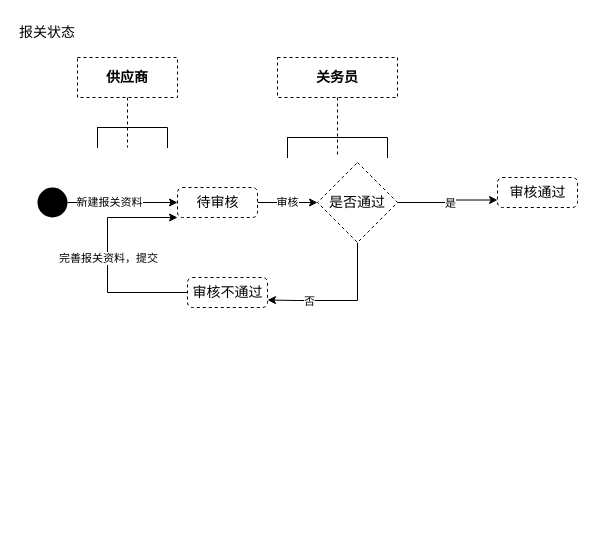
This is page "报关资料状态" (8 of 9) of shrine-doc/进区预约系统.drawio from easefulfil/CLOUDCARE, a draw.io file, before an edit. Source tidied: cells renumbered, new cells numbered last; positions are measured from the earlier drawing's top-left corner, leaving out a move shared by most shapes. Both pictures are drawn from the tidied source at 100%, with x=0, y=0 at pixel (17, 17).
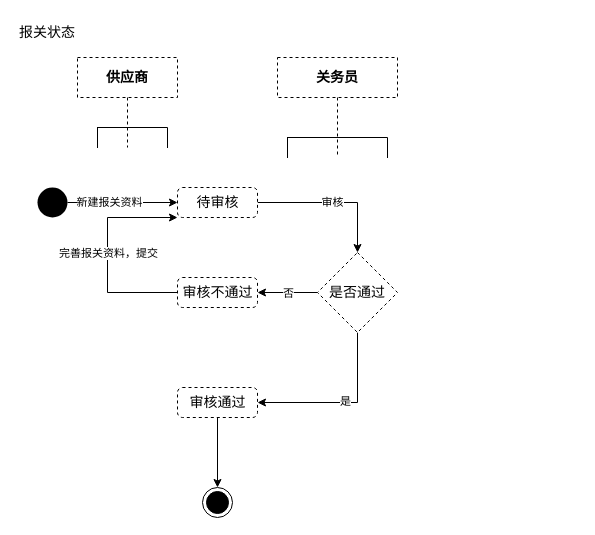
The same diagram, later.

The change refers to these unchanged cells:
```xml
<mxCell id="3" value="待审核" style="html=1;align=center;verticalAlign=top;rounded=1;absoluteArcSize=1;arcSize=10;dashed=1;fontSize=14;" parent="1" vertex="1">
  <mxGeometry x="160" y="170" width="80" height="30" as="geometry" />
</mxCell>
```

Diff of the diagram source:
```diff
@@
     <mxCell id="2" value="审核" style="edgeStyle=orthogonalEdgeStyle;rounded=0;jettySize=auto;html=1;" parent="1" edge="1" source="3" target="17">
-      <mxGeometry relative="1" as="geometry" />
+      <mxGeometry relative="1" as="geometry">
+        <Array as="points">
+          <mxPoint x="340" y="185" />
+        </Array>
+      </mxGeometry>
     </mxCell>
@@
+    <mxCell id="20" style="edgeStyle=orthogonalEdgeStyle;rounded=0;jettySize=auto;html=1;entryX=0.5;entryY=0;entryDx=0;entryDy=0;" parent="1" edge="1" source="4" target="21">
+      <mxGeometry relative="1" as="geometry" />
+    </mxCell>
     <mxCell id="4" value="审核通过&lt;br&gt;" style="html=1;align=center;verticalAlign=top;rounded=1;absoluteArcSize=1;arcSize=10;dashed=1;fontSize=14;" parent="1" vertex="1">
-      <mxGeometry x="480" y="160" width="80" height="30" as="geometry" />
+      <mxGeometry x="160" y="370" width="80" height="30" as="geometry" />
     </mxCell>
@@
-    <mxCell id="11" style="edgeStyle=orthogonalEdgeStyle;rounded=0;jettySize=auto;html=1;entryX=0;entryY=0.75;entryDx=0;entryDy=0;" parent="1" edge="1" source="17" target="4">
-      <mxGeometry relative="1" as="geometry" />
+    <mxCell id="11" style="edgeStyle=orthogonalEdgeStyle;rounded=0;jettySize=auto;html=1;entryX=1;entryY=0.5;entryDx=0;entryDy=0;" parent="1" edge="1" source="17" target="4">
+      <mxGeometry relative="1" as="geometry">
+        <Array as="points">
+          <mxPoint x="340" y="385" />
+        </Array>
+      </mxGeometry>
     </mxCell>
@@
-    <mxCell id="15" style="edgeStyle=orthogonalEdgeStyle;rounded=0;jettySize=auto;html=1;entryX=1;entryY=0.75;entryDx=0;entryDy=0;" parent="1" edge="1" source="17" target="19">
-      <mxGeometry relative="1" as="geometry">
-        <Array as="points">
-          <mxPoint x="340" y="283" />
-          <mxPoint x="280" y="283" />
-        </Array>
-      </mxGeometry>
+    <mxCell id="15" style="edgeStyle=orthogonalEdgeStyle;rounded=0;jettySize=auto;html=1;entryX=1;entryY=0.5;entryDx=0;entryDy=0;" parent="1" edge="1" source="17" target="19">
+      <mxGeometry relative="1" as="geometry" />
     </mxCell>
     <mxCell id="16" value="否" style="edgeLabel;html=1;align=center;verticalAlign=middle;" parent="15" vertex="1">
-      <mxGeometry x="0.44" relative="1" as="geometry" />
+      <mxGeometry x="0.44" relative="1" as="geometry">
+        <mxPoint x="13" as="offset" />
+      </mxGeometry>
     </mxCell>
     <mxCell id="17" value="是否通过" style="rhombus;whiteSpace=wrap;html=1;dashed=1;fontSize=14;" parent="1" vertex="1">
-      <mxGeometry x="300" y="145" width="80" height="80" as="geometry" />
+      <mxGeometry x="300" y="235" width="80" height="80" as="geometry" />
     </mxCell>
@@
     <mxCell id="19" value="审核不通过" style="html=1;align=center;verticalAlign=top;rounded=1;absoluteArcSize=1;arcSize=10;dashed=1;fontSize=14;" parent="1" vertex="1">
-      <mxGeometry x="170" y="260" width="80" height="30" as="geometry" />
+      <mxGeometry x="160" y="260" width="80" height="30" as="geometry" />
     </mxCell>
+    <mxCell id="21" style="ellipse;html=1;shape=endState;fillColor=#000000;strokeColor=#000000;align=left;" parent="1" vertex="1">
+      <mxGeometry x="185" y="470" width="30" height="30" as="geometry" />
+    </mxCell>
```
